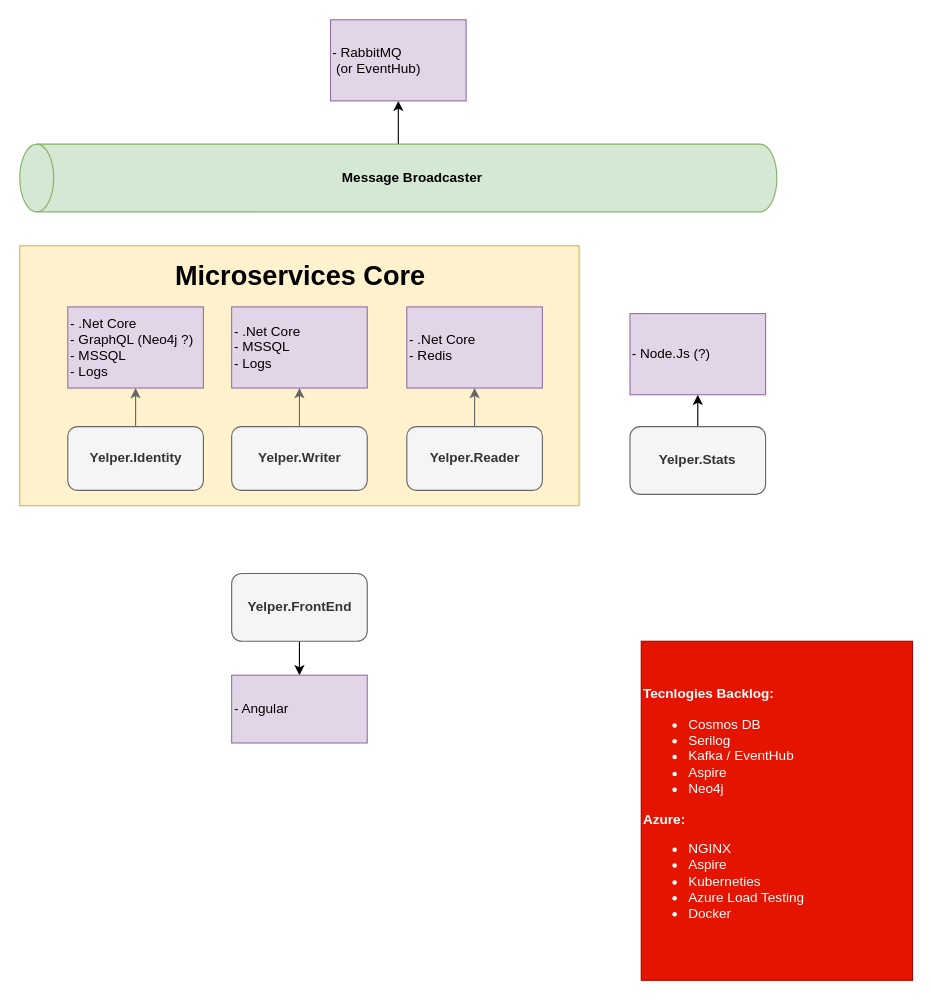
Before: Src/Yelper/Design/ArchitectureOverview.drawio in kikutano/Yelper.Microservices, a draw.io diagram. Source tidied: cells renumbered, new cells numbered last; positions are measured from the earlier drawing's top-left corner, leaving out a move shared by most shapes. Both pictures are drawn from the tidied source at 113%, with x=0, y=0 at pixel (19, 19).
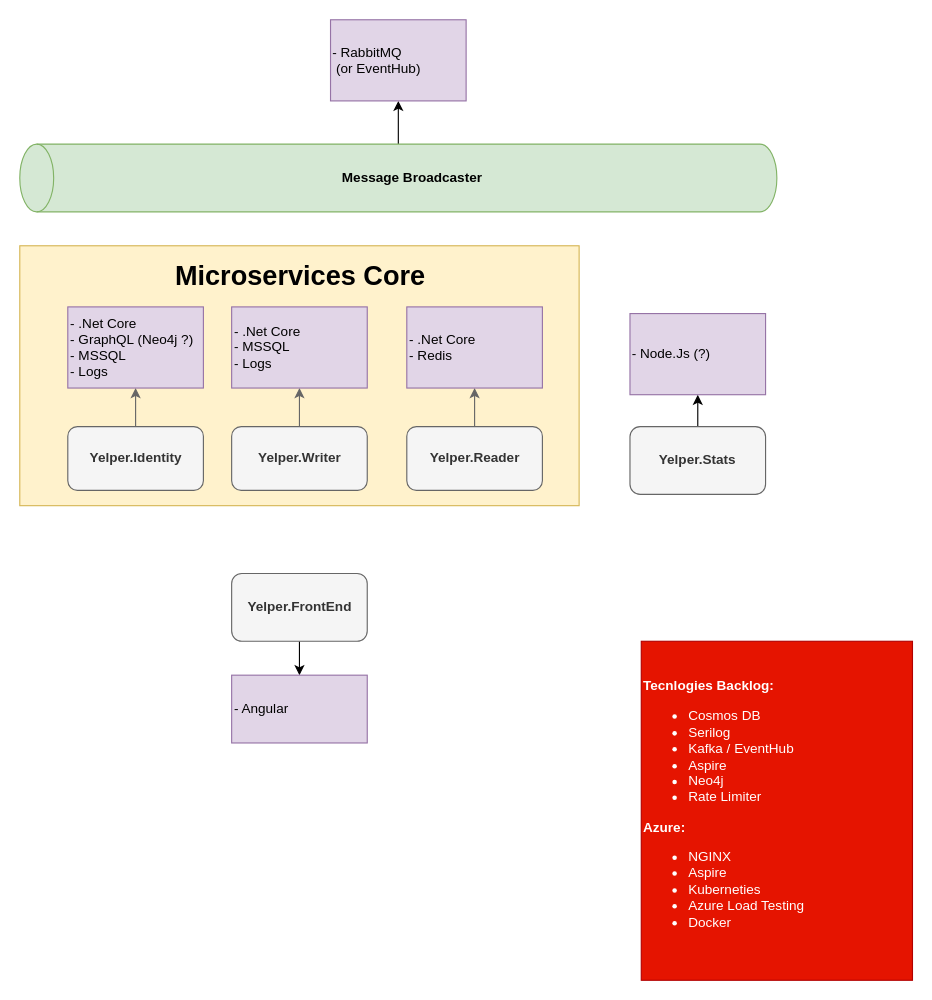
Above is the later version.

Diff of the diagram source:
```diff
@@
-    <mxCell id="23" value="&lt;b&gt;Tecnlogies Backlog:&lt;/b&gt;&lt;br&gt;&lt;ul&gt;&lt;li style=&quot;&quot;&gt;Cosmos DB&lt;/li&gt;&lt;li style=&quot;&quot;&gt;Serilog&lt;/li&gt;&lt;li style=&quot;&quot;&gt;Kafka / EventHub&lt;/li&gt;&lt;li style=&quot;&quot;&gt;Aspire&lt;/li&gt;&lt;li style=&quot;&quot;&gt;Neo4j&lt;/li&gt;&lt;/ul&gt;&lt;div&gt;&lt;b&gt;Azure:&lt;/b&gt;&lt;/div&gt;&lt;div&gt;&lt;ul&gt;&lt;li&gt;NGINX&lt;/li&gt;&lt;li&gt;Aspire&lt;/li&gt;&lt;li&gt;Kuberneties&lt;/li&gt;&lt;li&gt;Azure Load Testing&lt;/li&gt;&lt;li&gt;Docker&lt;/li&gt;&lt;/ul&gt;&lt;/div&gt;" style="rounded=0;whiteSpace=wrap;html=1;fillColor=#e51400;strokeColor=#B20000;fontColor=#ffffff;align=left;" parent="1" vertex="1">
+    <mxCell id="23" value="&lt;b&gt;Tecnlogies Backlog:&lt;/b&gt;&lt;br&gt;&lt;ul&gt;&lt;li style=&quot;&quot;&gt;Cosmos DB&lt;/li&gt;&lt;li style=&quot;&quot;&gt;Serilog&lt;/li&gt;&lt;li style=&quot;&quot;&gt;Kafka / EventHub&lt;/li&gt;&lt;li style=&quot;&quot;&gt;Aspire&lt;/li&gt;&lt;li style=&quot;&quot;&gt;Neo4j&lt;/li&gt;&lt;li style=&quot;&quot;&gt;Rate Limiter&lt;/li&gt;&lt;/ul&gt;&lt;div&gt;&lt;b&gt;Azure:&lt;/b&gt;&lt;/div&gt;&lt;div&gt;&lt;ul&gt;&lt;li&gt;NGINX&lt;/li&gt;&lt;li&gt;Aspire&lt;/li&gt;&lt;li&gt;Kuberneties&lt;/li&gt;&lt;li&gt;Azure Load Testing&lt;/li&gt;&lt;li&gt;Docker&lt;/li&gt;&lt;/ul&gt;&lt;/div&gt;" style="rounded=0;whiteSpace=wrap;html=1;fillColor=#e51400;strokeColor=#B20000;fontColor=#ffffff;align=left;" parent="1" vertex="1">
       <mxGeometry x="550" y="550" width="240" height="300" as="geometry" />
     </mxCell>
```
